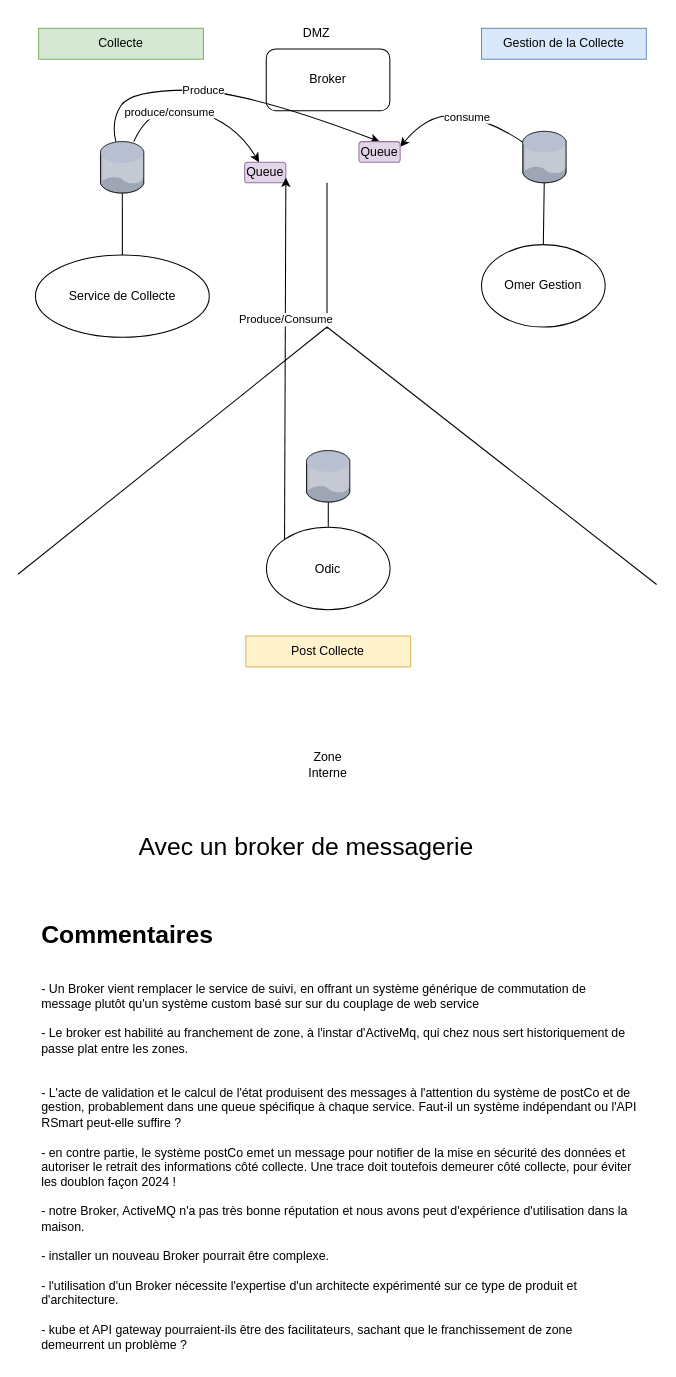
Earlier version of the draw.io diagram systeme-collecte-2.drawio (renaud23/drawio). Source tidied: cells renumbered, new cells numbered last; positions are measured from the earlier drawing's top-left corner, leaving out a move shared by most shapes. Both pictures are drawn from the tidied source at 103%, with x=0, y=0 at pixel (18, 18).
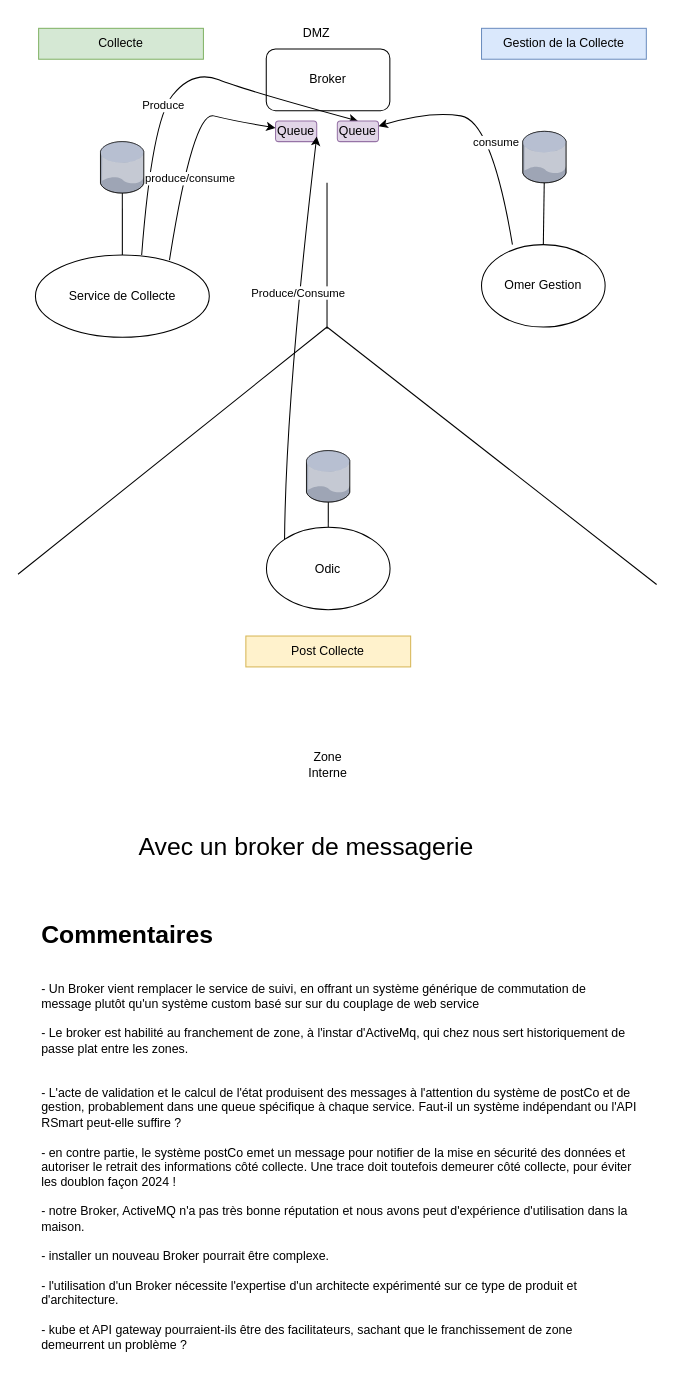
The same diagram, later.

Commit message:
Mettre à jour systeme-collecte-2.drawio

Unchanged cells that the change refers to:
```xml
<mxCell id="5" style="verticalLabelPosition=bottom;sketch=0;html=1;verticalAlign=top;strokeColor=none;align=center;outlineConnect=0;shape=mxgraph.citrix.database;" parent="1" vertex="1">
  <mxGeometry x="490" y="110" width="42.5" height="50" as="geometry" />
</mxCell>
<mxCell id="6" style="verticalLabelPosition=bottom;sketch=0;html=1;verticalAlign=top;strokeColor=none;align=center;outlineConnect=0;shape=mxgraph.citrix.database;" parent="1" vertex="1">
  <mxGeometry x="80" y="120" width="42.5" height="50" as="geometry" />
</mxCell>
<mxCell id="11" value="Service de Collecte" style="ellipse;whiteSpace=wrap;html=1;" parent="1" vertex="1">
  <mxGeometry x="16.9" y="230" width="168.8" height="80" as="geometry" />
</mxCell>
<mxCell id="12" value="Omer Gestion" style="ellipse;whiteSpace=wrap;html=1;" parent="1" vertex="1">
  <mxGeometry x="450" y="220" width="120" height="80" as="geometry" />
</mxCell>
```

What changed in the source:
```diff
@@
     <mxCell id="22" value="Queue" style="rounded=1;whiteSpace=wrap;html=1;fillColor=#e1d5e7;strokeColor=#9673a6;" parent="1" vertex="1">
-      <mxGeometry x="220" y="140" width="40" height="20" as="geometry" />
+      <mxGeometry x="250" y="100" width="40" height="20" as="geometry" />
     </mxCell>
@@
-    <mxCell id="25" style="curved=1;endArrow=classic;html=1;rounded=0;entryX=0.5;entryY=0;entryDx=0;entryDy=0;" parent="1" edge="1" source="6" target="29">
+    <mxCell id="25" style="curved=1;endArrow=classic;html=1;rounded=0;entryX=0.5;entryY=0;entryDx=0;entryDy=0;exitX=0.611;exitY=0;exitDx=0;exitDy=0;exitPerimeter=0;" parent="1" edge="1" source="11" target="29">
       <mxGeometry relative="1" as="geometry">
         <Array as="points">
-          <mxPoint x="90" y="100" />
-          <mxPoint x="110" y="70" />
+          <mxPoint x="130" y="100" />
+          <mxPoint x="170" y="50" />
           <mxPoint x="220" y="70" />
         </Array>
       </mxGeometry>
     </mxCell>
@@
-    <mxCell id="27" style="curved=1;endArrow=classic;html=1;rounded=0;entryX=1;entryY=0.25;entryDx=0;entryDy=0;" parent="1" edge="1" source="5" target="29">
+    <mxCell id="27" style="curved=1;endArrow=classic;html=1;rounded=0;entryX=1;entryY=0.25;entryDx=0;entryDy=0;exitX=0.25;exitY=0;exitDx=0;exitDy=0;exitPerimeter=0;" parent="1" edge="1" source="12" target="29">
       <mxGeometry relative="1" as="geometry">
         <Array as="points">
           <mxPoint x="460" y="100" />
           <mxPoint x="400" y="90" />
         </Array>
       </mxGeometry>
     </mxCell>
@@
     <mxCell id="29" value="Queue" style="rounded=1;whiteSpace=wrap;html=1;fillColor=#e1d5e7;strokeColor=#9673a6;" parent="1" vertex="1">
-      <mxGeometry x="331" y="120" width="40" height="20" as="geometry" />
+      <mxGeometry x="310" y="100" width="40" height="20" as="geometry" />
     </mxCell>
-    <mxCell id="30" style="curved=1;endArrow=classic;html=1;rounded=0;" parent="1" edge="1" source="6" target="22">
+    <mxCell id="30" style="curved=1;endArrow=classic;html=1;rounded=0;exitX=0.771;exitY=0.063;exitDx=0;exitDy=0;exitPerimeter=0;" parent="1" edge="1" source="11" target="22">
       <mxGeometry relative="1" as="geometry">
         <Array as="points">
-          <mxPoint x="130" y="80" />
+          <mxPoint x="170" y="90" />
           <mxPoint x="210" y="100" />
         </Array>
       </mxGeometry>
     </mxCell>
```
